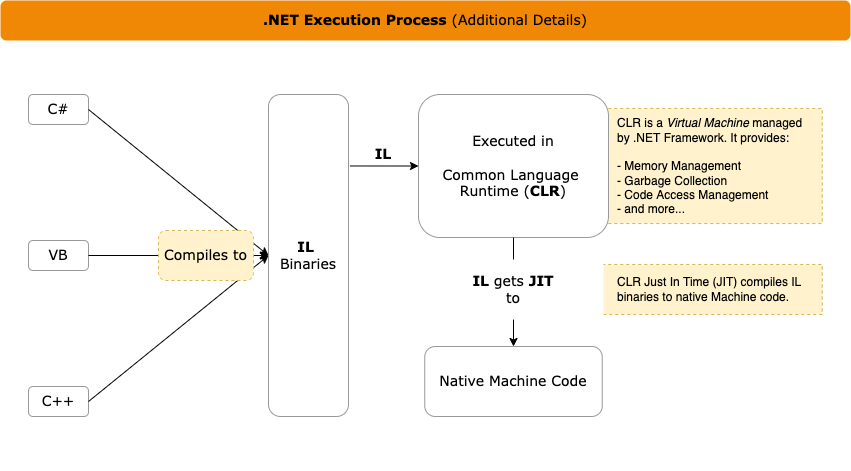
This is diagrams/dotnet-execution-flow.png from shahzadhuq/fundamentals-dotnet-execution-and-hosting, a draw.io export, as it was before one commit. Source tidied: cells renumbered, new cells last; positions are measured from the earlier drawing's top-left corner, leaving out a move shared by most shapes. Its diagram source:
```xml
<mxGraphModel>
  <root>
    <mxCell id="0" />
    <mxCell id="1" parent="0" />
    <mxCell id="2" style="rounded=0;whiteSpace=wrap;html=1;shadow=0;fontFamily=Verdana;fontSize=14;fontColor=#000000;strokeColor=none;fillColor=default;" parent="1" vertex="1">
      <mxGeometry y="40" width="850" height="430" as="geometry" />
    </mxCell>
    <mxCell id="3" value=".NET Execution Process&lt;span style=&quot;font-weight: normal;&quot;&gt;&amp;nbsp;&lt;/span&gt;&lt;span style=&quot;font-weight: normal;&quot;&gt;(Additional Details)&lt;/span&gt;" style="rounded=1;whiteSpace=wrap;html=1;fontFamily=Verdana;fontSize=14;fontColor=#000000;strokeColor=none;fillColor=#F08705;fontStyle=1;" parent="1" vertex="1">
      <mxGeometry width="850" height="40" as="geometry" />
    </mxCell>
    <mxCell id="4" value="C#" style="text;html=1;strokeColor=#999999;fillColor=none;align=center;verticalAlign=middle;whiteSpace=wrap;rounded=1;fontFamily=Verdana;fontSize=14;fontColor=#000000;" parent="1" vertex="1">
      <mxGeometry x="28" y="94" width="60" height="30" as="geometry" />
    </mxCell>
    <mxCell id="5" value="VB" style="text;html=1;strokeColor=#999999;fillColor=none;align=center;verticalAlign=middle;whiteSpace=wrap;rounded=1;fontFamily=Verdana;fontSize=14;fontColor=#000000;" parent="1" vertex="1">
      <mxGeometry x="28" y="240" width="60" height="30" as="geometry" />
    </mxCell>
    <mxCell id="6" value="C++" style="text;html=1;strokeColor=#999999;fillColor=none;align=center;verticalAlign=middle;whiteSpace=wrap;rounded=1;fontFamily=Verdana;fontSize=14;fontColor=#000000;" parent="1" vertex="1">
      <mxGeometry x="28" y="386" width="60" height="30" as="geometry" />
    </mxCell>
    <mxCell id="7" style="endArrow=classic;html=1;rounded=0;fontFamily=Verdana;fontSize=14;fontColor=#000000;strokeColor=#000000;exitX=1;exitY=0.5;exitDx=0;exitDy=0;entryX=0;entryY=0.5;entryDx=0;entryDy=0;" parent="1" edge="1" source="4" target="17">
      <mxGeometry relative="1" as="geometry" />
    </mxCell>
    <mxCell id="8" style="endArrow=classic;html=1;rounded=0;fontFamily=Verdana;fontSize=14;fontColor=#000000;strokeColor=#000000;exitX=1;exitY=0.5;exitDx=0;exitDy=0;entryX=0;entryY=0.5;entryDx=0;entryDy=0;" parent="1" edge="1" source="5" target="17">
      <mxGeometry relative="1" as="geometry" />
    </mxCell>
    <mxCell id="9" style="endArrow=classic;html=1;rounded=0;fontFamily=Verdana;fontSize=14;fontColor=#000000;strokeColor=#000000;exitX=1;exitY=0.5;exitDx=0;exitDy=0;entryX=0;entryY=0.5;entryDx=0;entryDy=0;" parent="1" edge="1" source="6" target="17">
      <mxGeometry relative="1" as="geometry" />
    </mxCell>
    <mxCell id="10" value="Compiles to" style="text;html=1;strokeColor=#d6b656;fillColor=#fff2cc;align=center;verticalAlign=middle;whiteSpace=wrap;rounded=1;fontFamily=Verdana;fontSize=14;fontColor=default;dashed=1;" parent="1" vertex="1">
      <mxGeometry x="158" y="230" width="95" height="50" as="geometry" />
    </mxCell>
    <mxCell id="11" style="endArrow=classic;html=1;rounded=0;fontFamily=Verdana;fontSize=14;fontColor=#000000;strokeColor=#000000;entryX=0;entryY=0.5;entryDx=0;entryDy=0;exitX=1.018;exitY=0.222;exitDx=0;exitDy=0;exitPerimeter=0;" parent="1" edge="1" source="17" target="13">
      <mxGeometry relative="1" as="geometry" />
    </mxCell>
    <mxCell id="12" value="CLR is a &lt;i&gt;Virtual Machine&lt;/i&gt;&amp;nbsp;managed by .NET Framework.&amp;nbsp;It provides:&lt;br&gt;&lt;br&gt;- Memory Management&lt;br&gt;- Garbage Collection&lt;br&gt;- Code Access Management&lt;br&gt;- and more..." style="text;html=1;strokeColor=#d6b656;fillColor=#fff2cc;align=left;verticalAlign=middle;whiteSpace=wrap;rounded=0;spacing=15;dashed=1;" parent="1" vertex="1">
      <mxGeometry x="601.8" y="108" width="220" height="115.1" as="geometry" />
    </mxCell>
    <mxCell id="13" value="Executed in&lt;br&gt;&lt;br&gt;Common Language &lt;br&gt;Runtime (&lt;b&gt;CLR&lt;/b&gt;)" style="rounded=1;whiteSpace=wrap;html=1;fontFamily=Verdana;fontSize=14;fontColor=#000000;strokeColor=#999999;fillColor=default;" parent="1" vertex="1">
      <mxGeometry x="418" y="94" width="190" height="143" as="geometry" />
    </mxCell>
    <mxCell id="14" value="Native Machine Code" style="rounded=1;whiteSpace=wrap;html=1;fontFamily=Verdana;fontSize=14;fontColor=#000000;strokeColor=#999999;fillColor=default;" parent="1" vertex="1">
      <mxGeometry x="424.2" y="346" width="177.5" height="70" as="geometry" />
    </mxCell>
    <mxCell id="15" style="endArrow=classic;html=1;rounded=0;fontFamily=Verdana;fontSize=14;fontColor=#000000;strokeColor=#000000;exitX=0.5;exitY=1;exitDx=0;exitDy=0;" parent="1" edge="1" source="13" target="14">
      <mxGeometry relative="1" as="geometry" />
    </mxCell>
    <mxCell id="16" value="&lt;b&gt;IL&lt;/b&gt;" style="text;html=1;strokeColor=none;fillColor=none;align=center;verticalAlign=middle;whiteSpace=wrap;rounded=0;fontFamily=Verdana;fontSize=14;fontColor=#000000;" parent="1" vertex="1">
      <mxGeometry x="348" y="144" width="70" height="20" as="geometry" />
    </mxCell>
    <mxCell id="17" value="&lt;b&gt;IL &lt;/b&gt;&lt;br&gt;Binaries" style="rounded=1;whiteSpace=wrap;html=1;fontFamily=Verdana;fontSize=14;fontColor=#000000;strokeColor=#999999;fillColor=#FFFFFF;" parent="1" vertex="1">
      <mxGeometry x="268" y="94" width="80" height="322" as="geometry" />
    </mxCell>
    <mxCell id="18" value="CLR Just In Time (JIT) compiles IL binaries to native Machine code." style="text;html=1;strokeColor=#d6b656;fillColor=#fff2cc;align=left;verticalAlign=middle;whiteSpace=wrap;rounded=0;spacing=15;dashed=1;" parent="1" vertex="1">
      <mxGeometry x="601.8" y="264" width="220" height="50" as="geometry" />
    </mxCell>
    <mxCell id="19" value="&lt;b&gt;IL&lt;/b&gt; gets &lt;b&gt;JIT&lt;/b&gt;&lt;br&gt;to" style="text;html=1;strokeColor=none;fillColor=default;align=center;verticalAlign=middle;whiteSpace=wrap;rounded=0;fontFamily=Verdana;fontSize=14;fontColor=#000000;" parent="1" vertex="1">
      <mxGeometry x="423" y="259" width="180" height="60" as="geometry" />
    </mxCell>
  </root>
</mxGraphModel>
```
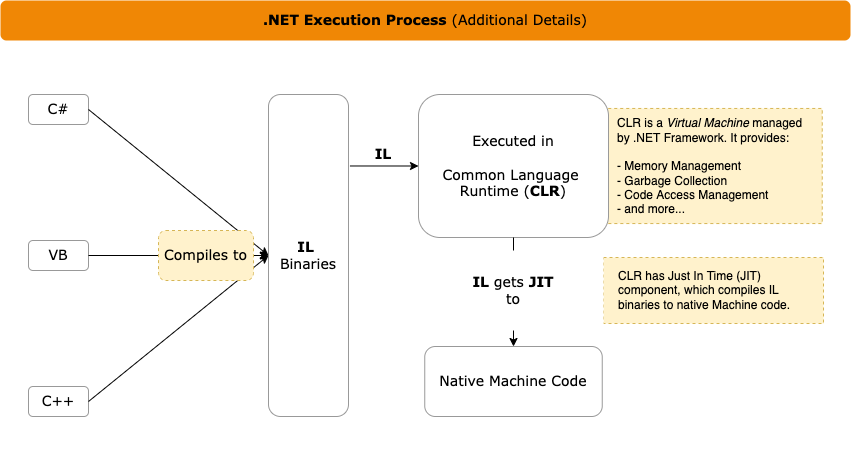
The same diagram one commit later.

Commit message:
v1-dotNet execution flow updated.

Diff of the diagram source:
```diff
@@ -50,11 +50,11 @@
     <mxCell id="17" value="&lt;b&gt;IL &lt;/b&gt;&lt;br&gt;Binaries" style="rounded=1;whiteSpace=wrap;html=1;fontFamily=Verdana;fontSize=14;fontColor=#000000;strokeColor=#999999;fillColor=#FFFFFF;" parent="1" vertex="1">
       <mxGeometry x="268" y="94" width="80" height="322" as="geometry" />
     </mxCell>
-    <mxCell id="18" value="CLR Just In Time (JIT) compiles IL binaries to native Machine code." style="text;html=1;strokeColor=#d6b656;fillColor=#fff2cc;align=left;verticalAlign=middle;whiteSpace=wrap;rounded=0;spacing=15;dashed=1;" parent="1" vertex="1">
-      <mxGeometry x="601.8" y="264" width="220" height="50" as="geometry" />
+    <mxCell id="18" value="CLR has Just In Time (JIT) component, which compiles IL binaries to native Machine code." style="text;html=1;strokeColor=#d6b656;fillColor=#fff2cc;align=left;verticalAlign=middle;whiteSpace=wrap;rounded=0;spacing=15;dashed=1;" parent="1" vertex="1">
+      <mxGeometry x="603" y="257" width="220" height="66" as="geometry" />
     </mxCell>
     <mxCell id="19" value="&lt;b&gt;IL&lt;/b&gt; gets &lt;b&gt;JIT&lt;/b&gt;&lt;br&gt;to" style="text;html=1;strokeColor=none;fillColor=default;align=center;verticalAlign=middle;whiteSpace=wrap;rounded=0;fontFamily=Verdana;fontSize=14;fontColor=#000000;" parent="1" vertex="1">
-      <mxGeometry x="423" y="259" width="180" height="60" as="geometry" />
+      <mxGeometry x="423" y="250" width="180" height="80" as="geometry" />
     </mxCell>
   </root>
 </mxGraphModel>
```
